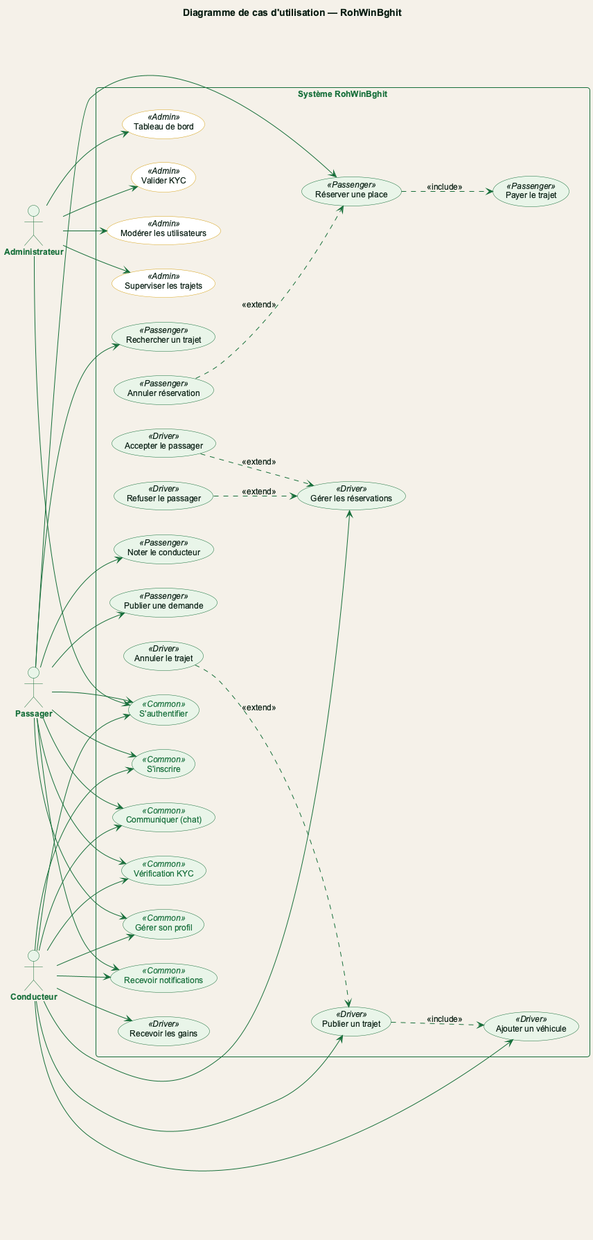
The PlantUML diagram plantuml/output/fig_use_case.png in Belhormamohamed13/Memiore_RohWinBghit, before a commit.
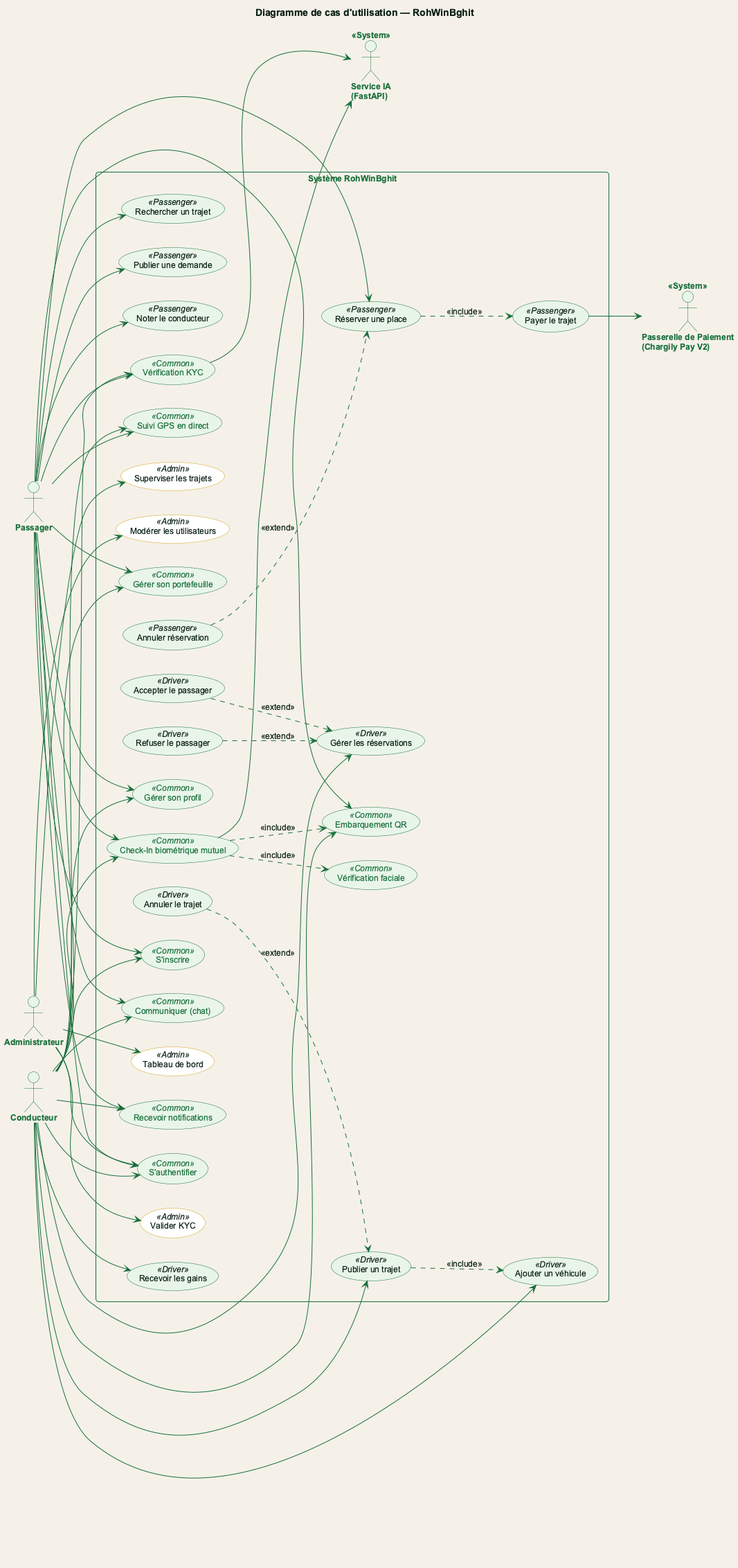
Above is the later version.

The edit, as a diff of the source:
```diff
@@ -8,6 +8,8 @@
 actor "Conducteur" as Drv
 actor "Administrateur" as Adm
 
+actor "Service IA\n(FastAPI)" as AIS <<System>>
+actor "Passerelle de Paiement\n(Chargily Pay V2)" as PayGateway <<System>>
 
 rectangle "Système RohWinBghit" {
 
@@ -37,6 +39,12 @@
   usecase "Valider KYC" as UC_AdminKyc <<Admin>>
   usecase "Modérer les utilisateurs" as UC_AdminUsers <<Admin>>
   usecase "Superviser les trajets" as UC_AdminTrips <<Admin>>
+
+  usecase "Embarquement QR" as UC_QrBoarding <<Common>>
+  usecase "Vérification faciale" as UC_FacialVerification <<Common>>
+  usecase "Suivi GPS en direct" as UC_GpsTracking <<Common>>
+  usecase "Gérer son portefeuille" as UC_Wallet <<Common>>
+  usecase "Check-In biométrique mutuel" as UC_Checkin <<Common>>
 }
 
 Pax --> UC_Register
@@ -49,6 +57,10 @@
 Pax --> UC_Book
 Pax --> UC_Request
 Pax --> UC_Review
+Pax --> UC_QrBoarding
+Pax --> UC_GpsTracking
+Pax --> UC_Wallet
+Pax --> UC_Checkin
 
 Drv --> UC_Register
 Drv --> UC_Auth
@@ -60,6 +72,10 @@
 Drv --> UC_Publish
 Drv --> UC_Manage
 Drv --> UC_Earn
+Drv --> UC_QrBoarding
+Drv --> UC_GpsTracking
+Drv --> UC_Wallet
+Drv --> UC_Checkin
 
 Adm --> UC_Auth
 Adm --> UC_AdminDash
@@ -67,8 +83,14 @@
 Adm --> UC_AdminUsers
 Adm --> UC_AdminTrips
 
+UC_KYC --> AIS
+UC_Checkin --> AIS
+UC_Pay --> PayGateway
+
 UC_Book ..> UC_Pay : <<include>>
 UC_Publish ..> UC_AddVehicle : <<include>>
+UC_Checkin ..> UC_QrBoarding : <<include>>
+UC_Checkin ..> UC_FacialVerification : <<include>>
 
 UC_CancelBook ..> UC_Book : <<extend>>
 UC_Accept ..> UC_Manage : <<extend>>
```
